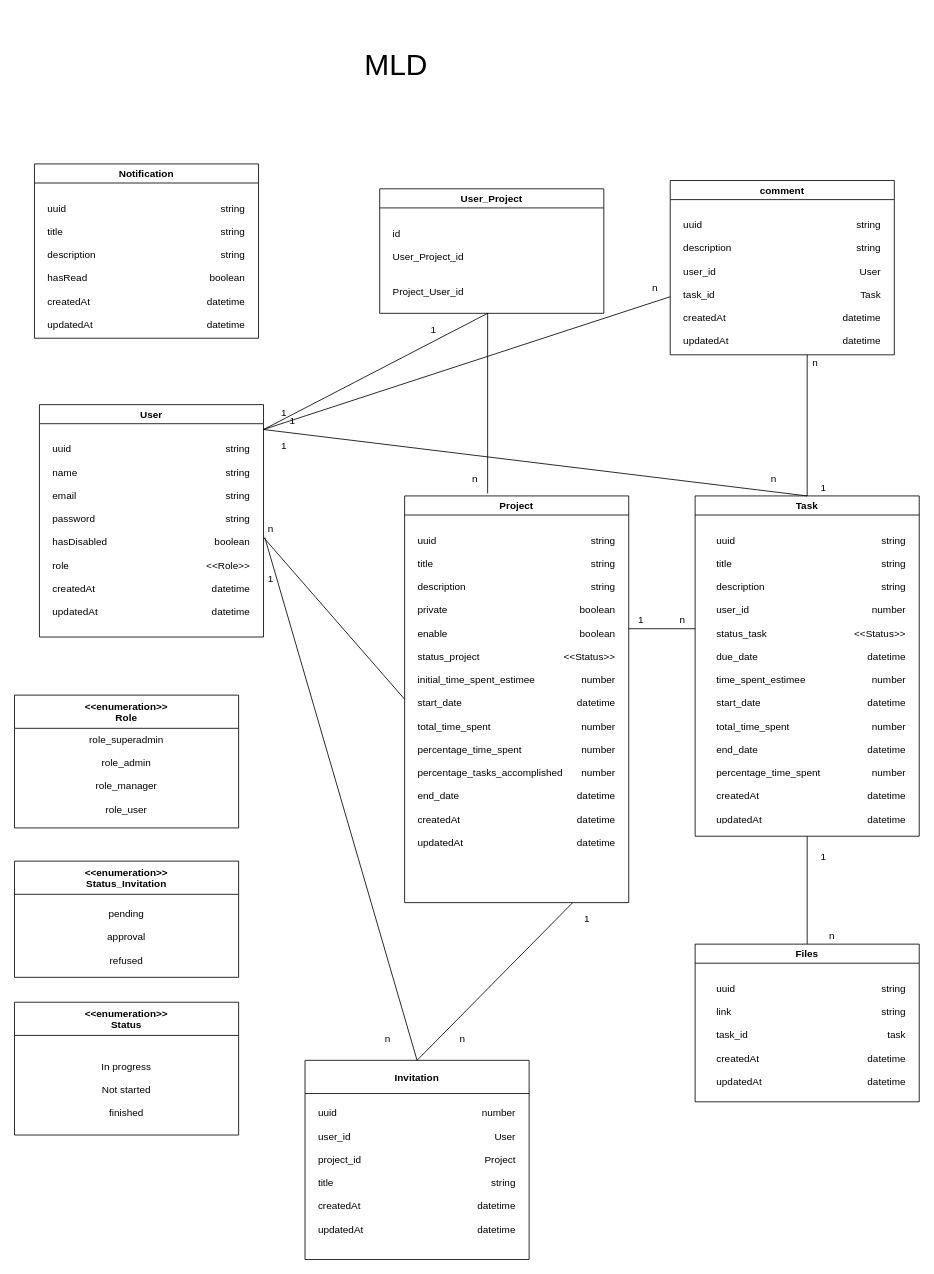
Before: db.drawio in WildCodeSchool/2109-wns-remote1-yellowteam-back, a draw.io diagram. Source tidied: cells renumbered, new cells numbered last; positions are measured from the earlier drawing's top-left corner, leaving out a move shared by most shapes. Both pictures are drawn from the tidied source at 83%, with x=0, y=0 at pixel (14, 14).
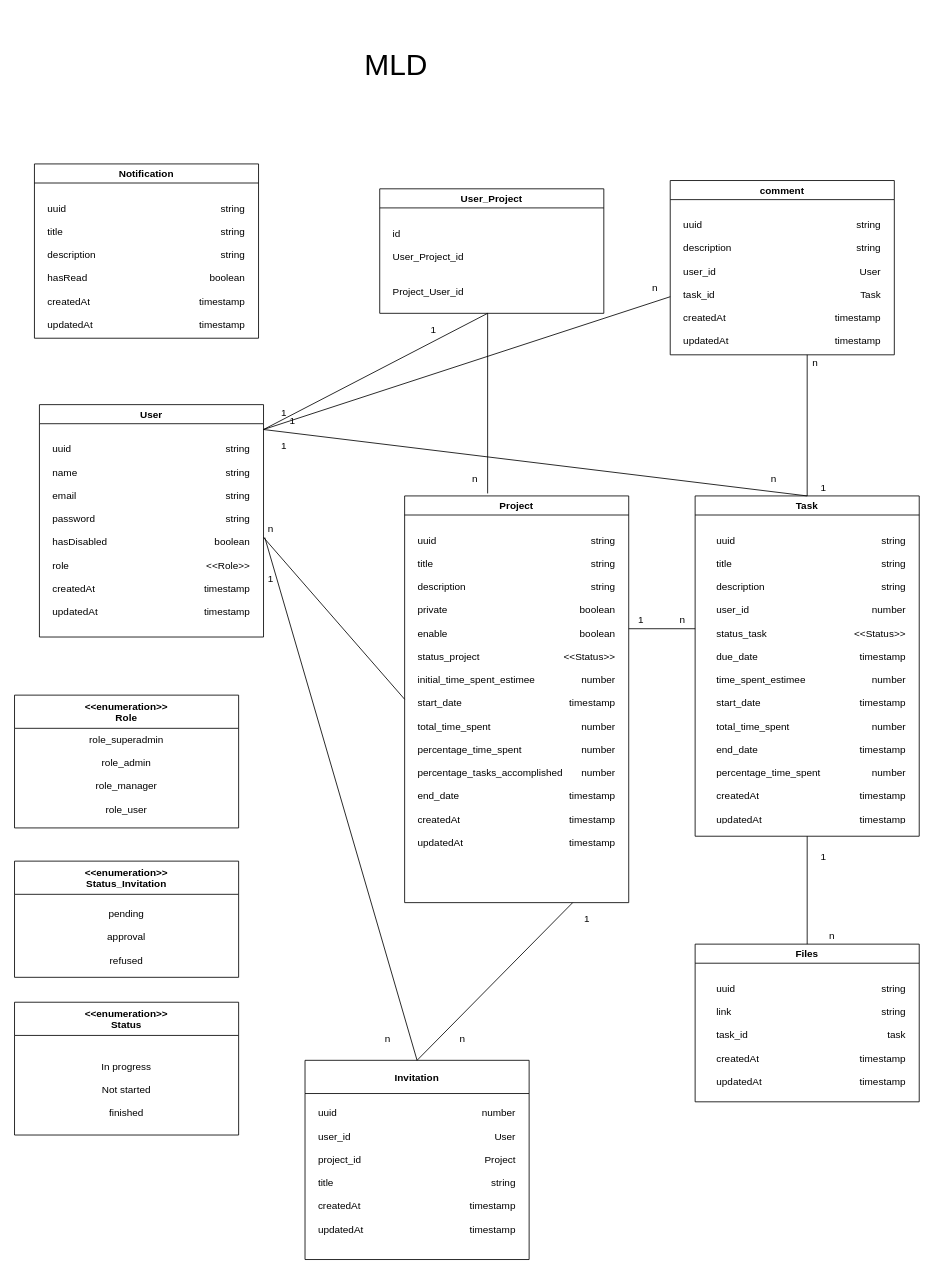
The same diagram, later.

Unchanged cells that the change refers to:
```xml
<mxCell id="2" value="User" style="swimlane;" parent="1" vertex="1">
  <mxGeometry x="30" y="470" width="270" height="280" as="geometry" />
</mxCell>
<mxCell id="5" value="Project" style="swimlane;" parent="1" vertex="1">
  <mxGeometry x="470" y="580" width="270" height="490" as="geometry" />
</mxCell>
<mxCell id="10" value="Task" style="swimlane;" parent="1" vertex="1">
  <mxGeometry x="820" y="580" width="270" height="410" as="geometry" />
</mxCell>
<mxCell id="13" value="Notification" style="swimlane;startSize=23;" parent="1" vertex="1">
  <mxGeometry x="24" y="180" width="270" height="210" as="geometry" />
</mxCell>
<mxCell id="31" value="Invitation" style="swimlane;startSize=40;" parent="1" vertex="1">
  <mxGeometry x="350" y="1260" width="270" height="240" as="geometry" />
</mxCell>
<mxCell id="34" value="Files" style="swimlane;" parent="1" vertex="1">
  <mxGeometry x="820" y="1120" width="270" height="190" as="geometry" />
</mxCell>
<mxCell id="49" value="comment" style="swimlane;startSize=23;" parent="1" vertex="1">
  <mxGeometry x="790" y="200" width="270" height="210" as="geometry" />
</mxCell>
```

Change to the diagram source:
```diff
@@
-    <mxCell id="4" value="string&#10;&#10;string&#10;&#10;string&#10;&#10;string&#10;&#10;boolean&#10;&#10;&lt;&lt;Role&gt;&gt;&#10;&#10;datetime&#10;&#10;datetime" style="text;strokeColor=none;fillColor=none;align=right;verticalAlign=top;spacingLeft=4;spacingRight=4;overflow=hidden;" parent="2" vertex="1">
+    <mxCell id="4" value="string&#10;&#10;string&#10;&#10;string&#10;&#10;string&#10;&#10;boolean&#10;&#10;&lt;&lt;Role&gt;&gt;&#10;&#10;timestamp&#10;&#10;timestamp" style="text;strokeColor=none;fillColor=none;align=right;verticalAlign=top;spacingLeft=4;spacingRight=4;overflow=hidden;" parent="2" vertex="1">
       <mxGeometry x="180" y="40" width="80" height="260" as="geometry" />
     </mxCell>
@@
-    <mxCell id="7" value="string&#10;&#10;string&#10;&#10;string&#10;&#10;boolean&#10;&#10;boolean&#10;&#10;&lt;&lt;Status&gt;&gt;&#10;&#10;number&#10;&#10;datetime&#10;&#10;number&#10;&#10;number&#10;&#10;number&#10;&#10;datetime&#10;&#10;datetime&#10;&#10;datetime" style="text;strokeColor=none;fillColor=none;align=right;verticalAlign=top;spacingLeft=4;spacingRight=4;overflow=hidden;" parent="5" vertex="1">
+    <mxCell id="7" value="string&#10;&#10;string&#10;&#10;string&#10;&#10;boolean&#10;&#10;boolean&#10;&#10;&lt;&lt;Status&gt;&gt;&#10;&#10;number&#10;&#10;timestamp&#10;&#10;number&#10;&#10;number&#10;&#10;number&#10;&#10;timestamp&#10;&#10;timestamp&#10;&#10;timestamp" style="text;strokeColor=none;fillColor=none;align=right;verticalAlign=top;spacingLeft=4;spacingRight=4;overflow=hidden;" parent="5" vertex="1">
       <mxGeometry x="180" y="40" width="80" height="440" as="geometry" />
     </mxCell>
@@
-    <mxCell id="12" value="string&#10;&#10;string&#10;&#10;string&#10;&#10;number&#10;&#10;&lt;&lt;Status&gt;&gt;&#10;&#10;datetime&#10;&#10;number&#10;&#10;datetime&#10;&#10;number&#10;&#10;datetime&#10;&#10;number&#10;&#10;datetime&#10;&#10;datetime&#10;" style="text;strokeColor=none;fillColor=none;align=right;verticalAlign=top;spacingLeft=4;spacingRight=4;overflow=hidden;" parent="10" vertex="1">
+    <mxCell id="12" value="string&#10;&#10;string&#10;&#10;string&#10;&#10;number&#10;&#10;&lt;&lt;Status&gt;&gt;&#10;&#10;timestamp&#10;&#10;number&#10;&#10;timestamp&#10;&#10;number&#10;&#10;timestamp&#10;&#10;number&#10;&#10;timestamp&#10;&#10;timestamp&#10;" style="text;strokeColor=none;fillColor=none;align=right;verticalAlign=top;spacingLeft=4;spacingRight=4;overflow=hidden;" parent="10" vertex="1">
       <mxGeometry x="120" y="40" width="140" height="350" as="geometry" />
     </mxCell>
@@
-    <mxCell id="15" value="string&#10;&#10;string&#10;&#10;string&#10;&#10;boolean&#10;&#10;datetime&#10;&#10;datetime" style="text;strokeColor=none;fillColor=none;align=right;verticalAlign=top;spacingLeft=4;spacingRight=4;overflow=hidden;" parent="13" vertex="1">
+    <mxCell id="15" value="string&#10;&#10;string&#10;&#10;string&#10;&#10;boolean&#10;&#10;timestamp&#10;&#10;timestamp" style="text;strokeColor=none;fillColor=none;align=right;verticalAlign=top;spacingLeft=4;spacingRight=4;overflow=hidden;" parent="13" vertex="1">
       <mxGeometry x="180" y="40" width="80" height="220" as="geometry" />
     </mxCell>
@@
-    <mxCell id="33" value="number&#10;&#10;User&#10;&#10;Project&#10;&#10;string&#10;&#10;datetime&#10;&#10;datetime&#10;&#10;" style="text;strokeColor=none;fillColor=none;align=right;verticalAlign=top;spacingLeft=4;spacingRight=4;overflow=hidden;" parent="31" vertex="1">
+    <mxCell id="33" value="number&#10;&#10;User&#10;&#10;Project&#10;&#10;string&#10;&#10;timestamp&#10;&#10;timestamp&#10;&#10;" style="text;strokeColor=none;fillColor=none;align=right;verticalAlign=top;spacingLeft=4;spacingRight=4;overflow=hidden;" parent="31" vertex="1">
       <mxGeometry x="180" y="50" width="80" height="180" as="geometry" />
     </mxCell>
@@
-    <mxCell id="36" value="string&#10;&#10;string&#10;&#10;task&#10;&#10;datetime&#10;&#10;datetime" style="text;strokeColor=none;fillColor=none;align=right;verticalAlign=top;spacingLeft=4;spacingRight=4;overflow=hidden;" parent="34" vertex="1">
+    <mxCell id="36" value="string&#10;&#10;string&#10;&#10;task&#10;&#10;timestamp&#10;&#10;timestamp" style="text;strokeColor=none;fillColor=none;align=right;verticalAlign=top;spacingLeft=4;spacingRight=4;overflow=hidden;" parent="34" vertex="1">
       <mxGeometry x="180" y="40" width="80" height="150" as="geometry" />
     </mxCell>
@@
-    <mxCell id="51" value="string&#10;&#10;string&#10;&#10;User&#10;&#10;Task&#10;&#10;datetime&#10;&#10;datetime&#10;&#10;&#10;&#10;" style="text;strokeColor=none;fillColor=none;align=right;verticalAlign=top;spacingLeft=4;spacingRight=4;overflow=hidden;" parent="49" vertex="1">
+    <mxCell id="51" value="string&#10;&#10;string&#10;&#10;User&#10;&#10;Task&#10;&#10;timestamp&#10;&#10;timestamp&#10;&#10;&#10;&#10;" style="text;strokeColor=none;fillColor=none;align=right;verticalAlign=top;spacingLeft=4;spacingRight=4;overflow=hidden;" parent="49" vertex="1">
       <mxGeometry x="180" y="40" width="80" height="160" as="geometry" />
     </mxCell>
```
